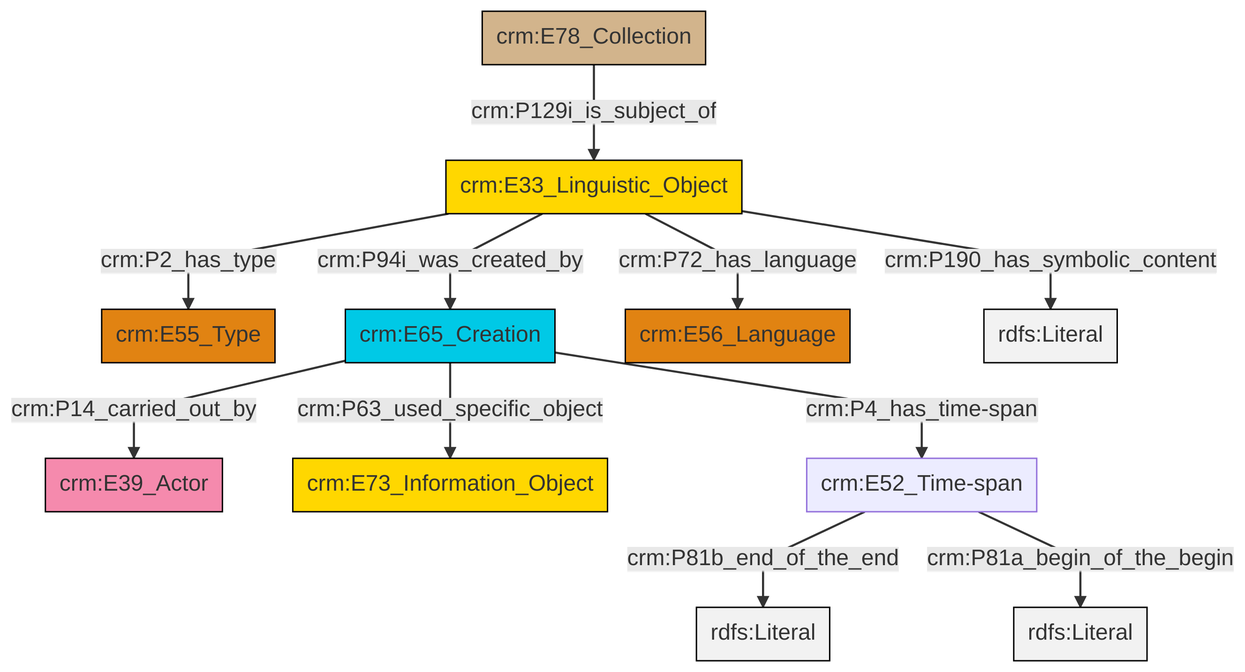
Before: et/archivalCSV/ttl/mmd/png/archival_desc.png, a diagram exported from Mermaid (swiss-art-research-net/docs.swissartresearch). Its source is kept beside it as et/archivalCSV/ttl/mmd/archival_desc.ttl.mmd.
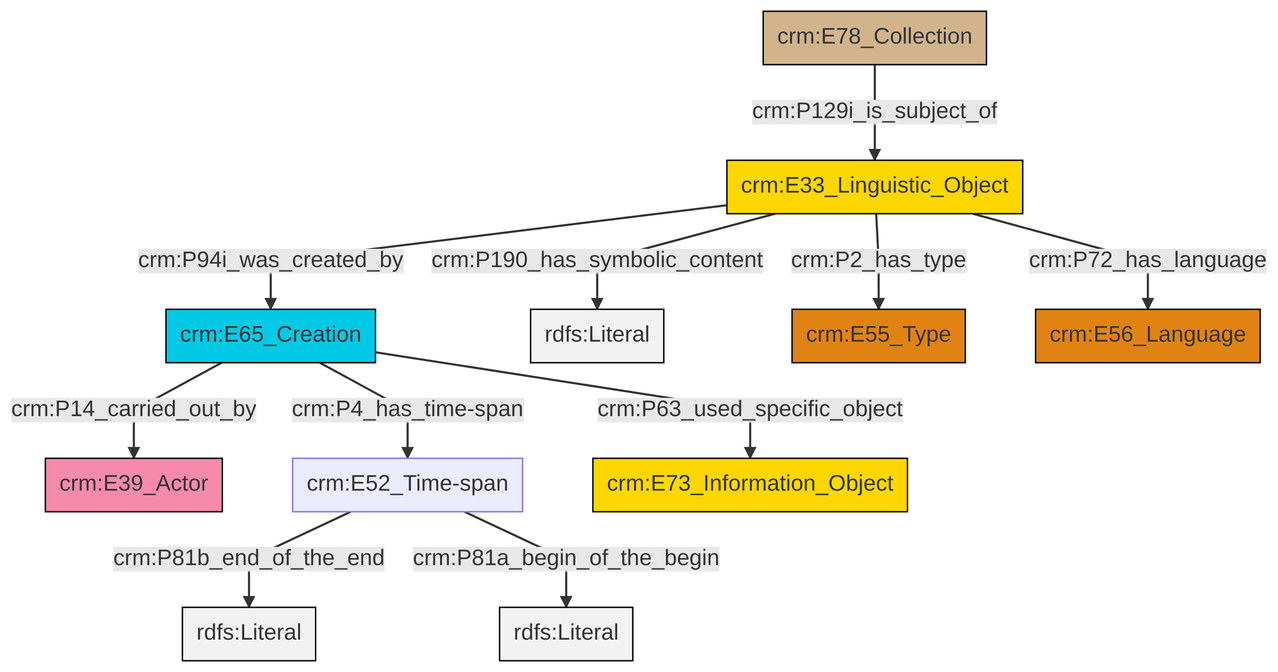
Later version of the same file.

Diff of the diagram source:
```diff
@@ -13,13 +13,13 @@
 classDef PC_Classes fill:#4ce600, stroke:#000000;
 classDef Multi fill:#cccccc,stroke:#000000;
 
-8["crm:E65_Creation"]:::Temporal_Entity -->|crm:P14_carried_out_by| 4["crm:E39_Actor"]:::Actor
-2["crm:E33_Linguistic_Object"]:::Conceptual_Object -->|crm:P94i_was_created_by| 8["crm:E65_Creation"]:::Temporal_Entity
-2["crm:E33_Linguistic_Object"]:::Conceptual_Object -->|crm:P190_has_symbolic_content| 15[rdfs:Literal]:::Literal
-8["crm:E65_Creation"]:::Temporal_Entity -->|crm:P63_used_specific_object| 11["crm:E73_Information_Object"]:::Conceptual_Object
-2["crm:E33_Linguistic_Object"]:::Conceptual_Object -->|crm:P2_has_type| 0["crm:E55_Type"]:::Type
-8["crm:E65_Creation"]:::Temporal_Entity -->|crm:P4_has_time-span| 13["crm:E52_Time-span"]:::Default
-2["crm:E33_Linguistic_Object"]:::Conceptual_Object -->|crm:P72_has_language| 9["crm:E56_Language"]:::Type
-13["crm:E52_Time-span"]:::Default -->|crm:P81b_end_of_the_end| 17[rdfs:Literal]:::Literal
-6["crm:E78_Collection"]:::Physical_Thing -->|crm:P129i_is_subject_of| 2["crm:E33_Linguistic_Object"]:::Conceptual_Object
-13["crm:E52_Time-span"]:::Default -->|crm:P81a_begin_of_the_begin| 18[rdfs:Literal]:::Literal
+0["crm:E65_Creation"]:::Temporal_Entity -->|crm:P14_carried_out_by| 1["crm:E39_Actor"]:::Actor
+2["crm:E33_Linguistic_Object"]:::Conceptual_Object -->|crm:P190_has_symbolic_content| 3[rdfs:Literal]:::Literal
+0["crm:E65_Creation"]:::Temporal_Entity -->|crm:P4_has_time-span| 7["crm:E52_Time-span"]:::Default
+7["crm:E52_Time-span"]:::Default -->|crm:P81b_end_of_the_end| 10[rdfs:Literal]:::Literal
+7["crm:E52_Time-span"]:::Default -->|crm:P81a_begin_of_the_begin| 18[rdfs:Literal]:::Literal
+2["crm:E33_Linguistic_Object"]:::Conceptual_Object -->|crm:P72_has_language| 13["crm:E56_Language"]:::Type
+0["crm:E65_Creation"]:::Temporal_Entity -->|crm:P63_used_specific_object| 15["crm:E73_Information_Object"]:::Conceptual_Object
+11["crm:E78_Collection"]:::Physical_Thing -->|crm:P129i_is_subject_of| 2["crm:E33_Linguistic_Object"]:::Conceptual_Object
+2["crm:E33_Linguistic_Object"]:::Conceptual_Object -->|crm:P2_has_type| 4["crm:E55_Type"]:::Type
+2["crm:E33_Linguistic_Object"]:::Conceptual_Object -->|crm:P94i_was_created_by| 0["crm:E65_Creation"]:::Temporal_Entity
```
